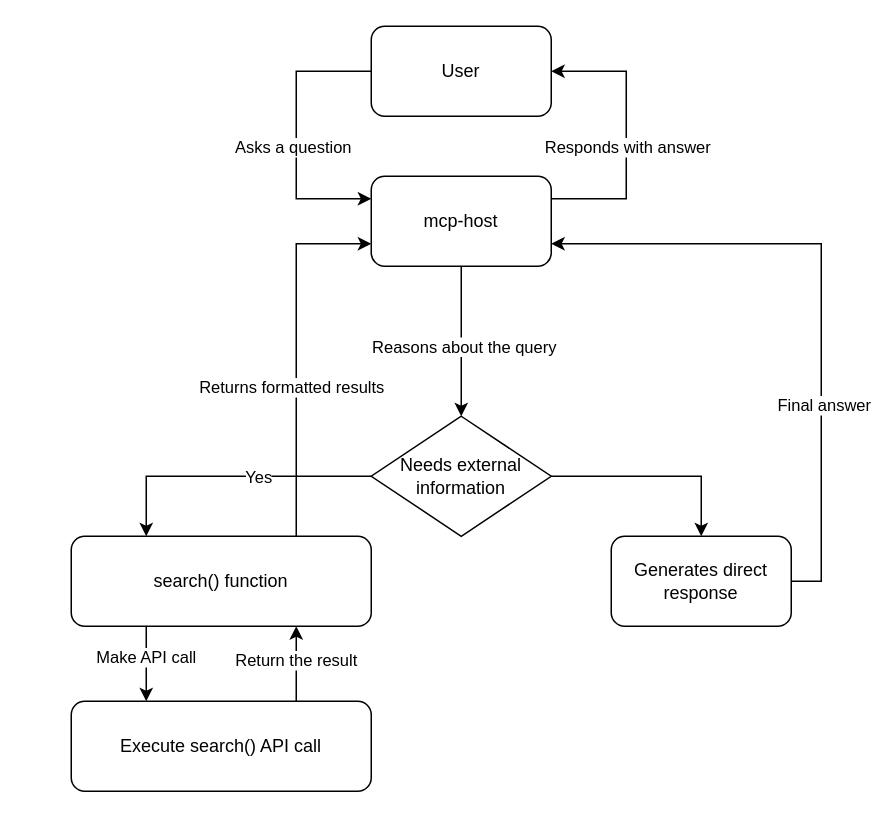
The draw.io diagram mcp-agent.drawio in morningkyle/githubfiles, before the edit. Source tidied: cells renumbered, new cells numbered last; positions are measured from the earlier drawing's top-left corner, leaving out a move shared by most shapes. Both pictures are drawn from the tidied source at 150%, with x=0, y=0 at pixel (70, 26).
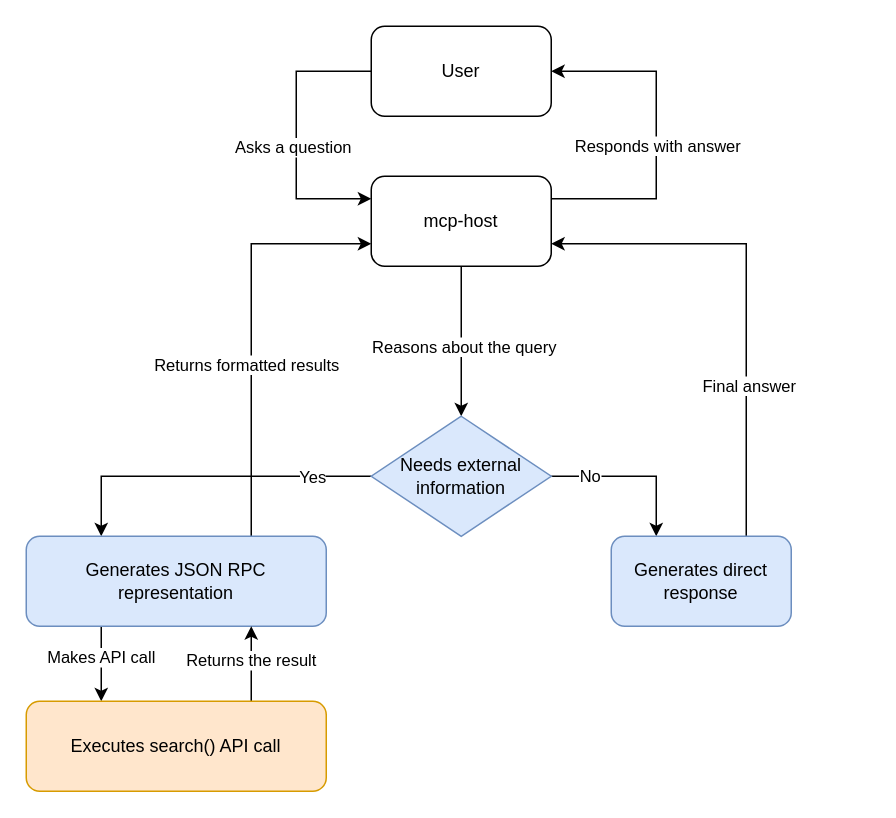
The same diagram, later.

Unchanged cells that the change refers to:
```xml
<mxCell id="4" value="User" style="rounded=1;whiteSpace=wrap;html=1;" parent="1" vertex="1">
  <mxGeometry x="200" width="120" height="60" as="geometry" />
</mxCell>
<mxCell id="9" value="mcp-host" style="rounded=1;whiteSpace=wrap;html=1;" parent="1" vertex="1">
  <mxGeometry x="200" y="100" width="120" height="60" as="geometry" />
</mxCell>
<mxCell id="10" style="edgeStyle=orthogonalEdgeStyle;rounded=0;jettySize=auto;html=1;exitX=0;exitY=0.5;exitDx=0;exitDy=0;entryX=0.25;entryY=0;entryDx=0;entryDy=0;" parent="1" edge="1" source="13" target="18">
  <mxGeometry relative="1" as="geometry" />
</mxCell>
<mxCell id="14" style="edgeStyle=orthogonalEdgeStyle;rounded=0;jettySize=auto;html=1;exitX=0.25;exitY=1;exitDx=0;exitDy=0;entryX=0.25;entryY=0;entryDx=0;entryDy=0;" parent="1" edge="1" source="18" target="21">
  <mxGeometry relative="1" as="geometry" />
</mxCell>
<mxCell id="19" style="edgeStyle=orthogonalEdgeStyle;rounded=0;jettySize=auto;html=1;exitX=0.75;exitY=0;exitDx=0;exitDy=0;entryX=0.75;entryY=1;entryDx=0;entryDy=0;" parent="1" edge="1" source="21" target="18">
  <mxGeometry relative="1" as="geometry" />
</mxCell>
```

Change to the diagram source:
```diff
@@
     <mxCell id="7" style="edgeStyle=orthogonalEdgeStyle;rounded=0;jettySize=auto;html=1;exitX=1;exitY=0.25;exitDx=0;exitDy=0;entryX=1;entryY=0.5;entryDx=0;entryDy=0;" parent="1" edge="1" source="9" target="4">
       <mxGeometry relative="1" as="geometry">
         <Array as="points">
-          <mxPoint x="370" y="115" />
-          <mxPoint x="370" y="30" />
+          <mxPoint x="390" y="115" />
+          <mxPoint x="390" y="30" />
         </Array>
       </mxGeometry>
     </mxCell>
@@
     <mxCell id="11" value="Yes" style="edgeLabel;html=1;align=center;verticalAlign=middle;" parent="10" vertex="1">
-      <mxGeometry x="-0.2" relative="1" as="geometry" />
+      <mxGeometry x="-0.2" relative="1" as="geometry">
+        <mxPoint x="48" as="offset" />
+      </mxGeometry>
     </mxCell>
-    <mxCell id="12" style="edgeStyle=orthogonalEdgeStyle;rounded=0;jettySize=auto;html=1;exitX=1;exitY=0.5;exitDx=0;exitDy=0;entryX=0.5;entryY=0;entryDx=0;entryDy=0;" parent="1" edge="1" source="13" target="24">
+    <mxCell id="12" style="edgeStyle=orthogonalEdgeStyle;rounded=0;jettySize=auto;html=1;exitX=1;exitY=0.5;exitDx=0;exitDy=0;entryX=0.25;entryY=0;entryDx=0;entryDy=0;" parent="1" edge="1" source="13" target="24">
       <mxGeometry relative="1" as="geometry" />
     </mxCell>
+    <mxCell id="25" value="No" style="edgeLabel;html=1;align=center;verticalAlign=middle;" parent="12" vertex="1">
+      <mxGeometry x="-0.54" y="1" relative="1" as="geometry" />
+    </mxCell>
-    <mxCell id="13" value="Needs external information" style="rhombus;whiteSpace=wrap;html=1;" parent="1" vertex="1">
+    <mxCell id="13" value="Needs external information" style="rhombus;whiteSpace=wrap;html=1;fillColor=#dae8fc;strokeColor=#6c8ebf;" parent="1" vertex="1">
       <mxGeometry x="200" y="260" width="120" height="80" as="geometry" />
     </mxCell>
@@
-    <mxCell id="15" value="Make API call" style="edgeLabel;html=1;align=center;verticalAlign=middle;" parent="14" vertex="1">
+    <mxCell id="15" value="Makes API call" style="edgeLabel;html=1;align=center;verticalAlign=middle;" parent="14" vertex="1">
       <mxGeometry x="-0.19" y="-1" relative="1" as="geometry" />
     </mxCell>
@@
-    <mxCell id="18" value="search() function" style="rounded=1;whiteSpace=wrap;html=1;" parent="1" vertex="1">
-      <mxGeometry y="340" width="200" height="60" as="geometry" />
+    <mxCell id="18" value="Generates JSON RPC representation" style="rounded=1;whiteSpace=wrap;html=1;fillColor=#dae8fc;strokeColor=#6c8ebf;" parent="1" vertex="1">
+      <mxGeometry x="-30" y="340" width="200" height="60" as="geometry" />
     </mxCell>
@@
-    <mxCell id="20" value="Return the result" style="edgeLabel;html=1;align=center;verticalAlign=middle;" parent="19" vertex="1">
+    <mxCell id="20" value="Returns the result" style="edgeLabel;html=1;align=center;verticalAlign=middle;" parent="19" vertex="1">
       <mxGeometry x="0.11" y="1" relative="1" as="geometry" />
     </mxCell>
-    <mxCell id="21" value="Execute search() API call" style="rounded=1;whiteSpace=wrap;html=1;" parent="1" vertex="1">
-      <mxGeometry y="450" width="200" height="60" as="geometry" />
+    <mxCell id="21" value="Executes search() API call" style="rounded=1;whiteSpace=wrap;html=1;fillColor=#ffe6cc;strokeColor=#d79b00;" parent="1" vertex="1">
+      <mxGeometry x="-30" y="450" width="200" height="60" as="geometry" />
     </mxCell>
-    <mxCell id="22" style="edgeStyle=orthogonalEdgeStyle;rounded=0;jettySize=auto;html=1;exitX=1;exitY=0.5;exitDx=0;exitDy=0;entryX=1;entryY=0.75;entryDx=0;entryDy=0;" parent="1" edge="1" source="24" target="9">
+    <mxCell id="22" style="edgeStyle=orthogonalEdgeStyle;rounded=0;jettySize=auto;html=1;exitX=0.75;exitY=0;exitDx=0;exitDy=0;entryX=1;entryY=0.75;entryDx=0;entryDy=0;" parent="1" edge="1" source="24" target="9">
       <mxGeometry relative="1" as="geometry" />
     </mxCell>
     <mxCell id="23" value="Final answer" style="edgeLabel;html=1;align=center;verticalAlign=middle;" parent="22" vertex="1">
-      <mxGeometry x="-0.35" y="-1" relative="1" as="geometry" />
+      <mxGeometry x="-0.35" y="-1" relative="1" as="geometry">
+        <mxPoint y="5" as="offset" />
+      </mxGeometry>
     </mxCell>
-    <mxCell id="24" value="Generates direct response" style="rounded=1;whiteSpace=wrap;html=1;" parent="1" vertex="1">
+    <mxCell id="24" value="Generates direct response" style="rounded=1;whiteSpace=wrap;html=1;fillColor=#dae8fc;strokeColor=#6c8ebf;" parent="1" vertex="1">
       <mxGeometry x="360" y="340" width="120" height="60" as="geometry" />
     </mxCell>
```
